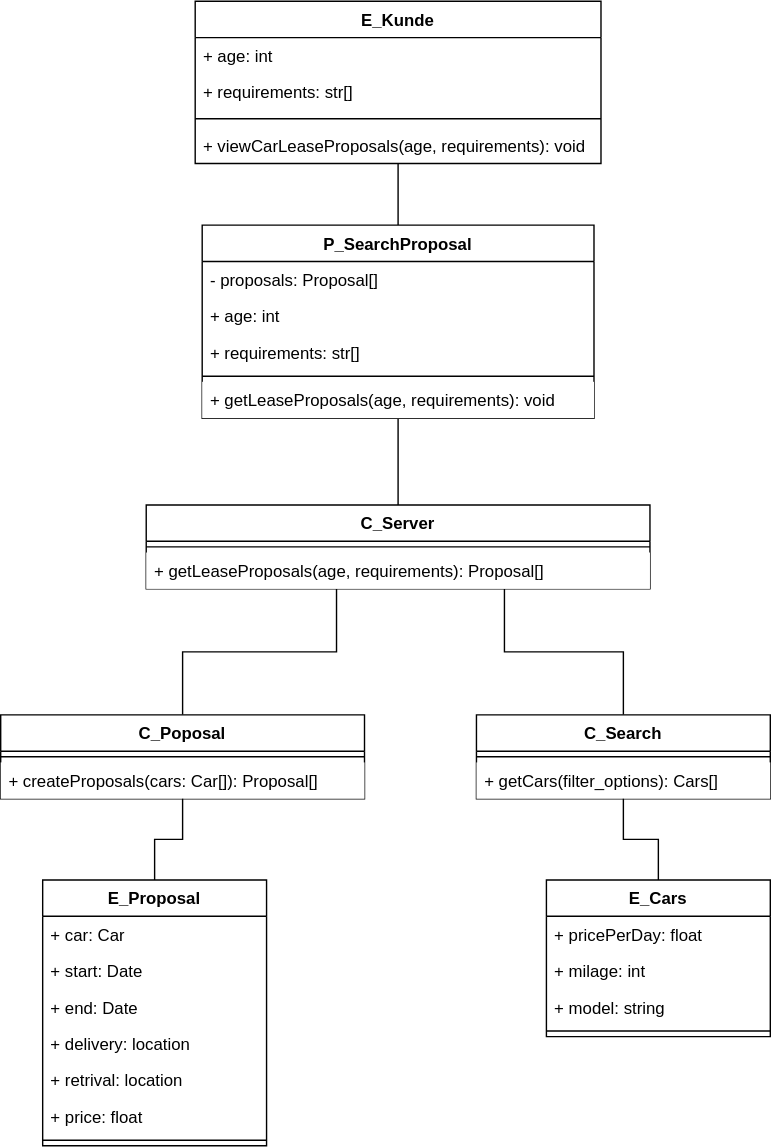
This is sw-eng-06.drawio.svg from MassimiIiano/software-eng-projects-uni, a draw.io export, as it was before one commit. Source tidied: cells renumbered, new cells last; positions are measured from the earlier drawing's top-left corner, leaving out a move shared by most shapes.
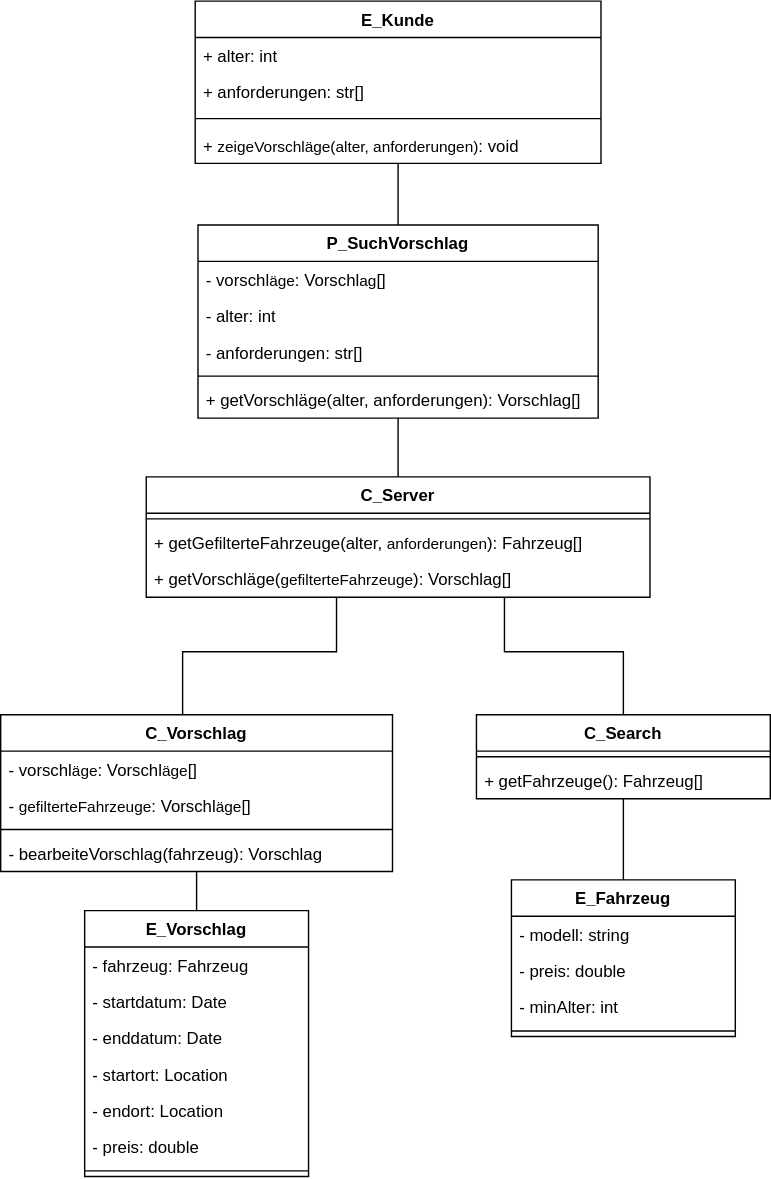
Later version of the same file.

Change to the diagram source:
```diff
@@ -8,39 +8,39 @@
     <mxCell id="3" value="E_Kunde" style="swimlane;fontStyle=1;align=center;verticalAlign=top;horizontal=1;startSize=26;whiteSpace=wrap;html=1;" parent="1" vertex="1">
       <mxGeometry x="139" width="290" height="116" as="geometry" />
     </mxCell>
-    <mxCell id="4" value="&lt;div&gt;+ age: int&lt;/div&gt;" style="text;strokeColor=none;fillColor=none;align=left;verticalAlign=top;spacingLeft=4;spacingRight=4;overflow=hidden;whiteSpace=wrap;html=1;" parent="3" vertex="1">
+    <mxCell id="4" value="&lt;div&gt;+ alter: int&lt;/div&gt;" style="text;strokeColor=none;fillColor=none;align=left;verticalAlign=top;spacingLeft=4;spacingRight=4;overflow=hidden;whiteSpace=wrap;html=1;" parent="3" vertex="1">
       <mxGeometry y="26" width="290" height="26" as="geometry" />
     </mxCell>
-    <mxCell id="5" value="&lt;div&gt;+ requirements: str[]&lt;br&gt;&lt;/div&gt;" style="text;strokeColor=none;fillColor=none;align=left;verticalAlign=top;spacingLeft=4;spacingRight=4;overflow=hidden;whiteSpace=wrap;html=1;" parent="3" vertex="1">
+    <mxCell id="5" value="&lt;div&gt;+ anforderungen: str[]&lt;br&gt;&lt;/div&gt;" style="text;strokeColor=none;fillColor=none;align=left;verticalAlign=top;spacingLeft=4;spacingRight=4;overflow=hidden;whiteSpace=wrap;html=1;" parent="3" vertex="1">
       <mxGeometry y="52" width="290" height="26" as="geometry" />
     </mxCell>
     <mxCell id="6" style="line;strokeWidth=1;fillColor=none;align=left;verticalAlign=middle;spacingTop=-1;spacingLeft=3;spacingRight=3;labelPosition=right;strokeColor=inherit;" parent="3" vertex="1">
       <mxGeometry y="78" width="290" height="12" as="geometry" />
     </mxCell>
-    <mxCell id="7" value="+ viewCarLeaseProposals(age, requirements): void" style="text;strokeColor=none;fillColor=none;align=left;verticalAlign=top;spacingLeft=4;spacingRight=4;overflow=hidden;whiteSpace=wrap;html=1;" parent="3" vertex="1">
+    <mxCell id="7" value="+&amp;nbsp;&lt;span style=&quot;text-wrap-mode: nowrap; font-size: 11px; text-align: center; background-color: rgb(255, 255, 255);&quot;&gt;zeigeVorschläge(alter, anforderungen)&lt;/span&gt;: void" style="text;strokeColor=none;fillColor=none;align=left;verticalAlign=top;spacingLeft=4;spacingRight=4;overflow=hidden;whiteSpace=wrap;html=1;" parent="3" vertex="1">
       <mxGeometry y="90" width="290" height="26" as="geometry" />
     </mxCell>
     <mxCell id="8" style="edgeStyle=orthogonalEdgeStyle;rounded=0;jettySize=auto;html=1;endArrow=none;endFill=0;" parent="1" edge="1" source="9" target="17">
       <mxGeometry relative="1" as="geometry" />
     </mxCell>
-    <mxCell id="9" value="P_SearchProposal" style="swimlane;fontStyle=1;align=center;verticalAlign=top;horizontal=1;startSize=26;whiteSpace=wrap;html=1;" parent="1" vertex="1">
-      <mxGeometry x="144" y="160" width="280" height="138" as="geometry" />
+    <mxCell id="9" value="P_SuchVorschlag" style="swimlane;fontStyle=1;align=center;verticalAlign=top;horizontal=1;startSize=26;whiteSpace=wrap;html=1;" parent="1" vertex="1">
+      <mxGeometry x="141" y="160" width="286" height="138" as="geometry" />
     </mxCell>
-    <mxCell id="10" value="- proposals: Proposal[]" style="text;strokeColor=none;fillColor=none;align=left;verticalAlign=top;spacingLeft=4;spacingRight=4;overflow=hidden;whiteSpace=wrap;html=1;" parent="9" vertex="1">
-      <mxGeometry y="26" width="280" height="26" as="geometry" />
+    <mxCell id="10" value="&lt;div style=&quot;text-align: center;&quot;&gt;&lt;span style=&quot;background-color: initial;&quot;&gt;- vorschl&lt;/span&gt;&lt;span style=&quot;text-wrap-mode: nowrap; font-size: 11px; text-align: center; background-color: rgb(255, 255, 255);&quot;&gt;äge&lt;/span&gt;&lt;span style=&quot;background-color: initial;&quot;&gt;: Vorschl&lt;/span&gt;&lt;span style=&quot;font-size: 11px; text-wrap-mode: nowrap; background-color: rgb(255, 255, 255);&quot;&gt;ag&lt;/span&gt;&lt;span style=&quot;background-color: initial;&quot;&gt;[]&lt;/span&gt;&lt;/div&gt;" style="text;strokeColor=none;fillColor=none;align=left;verticalAlign=top;spacingLeft=4;spacingRight=4;overflow=hidden;whiteSpace=wrap;html=1;" parent="9" vertex="1">
+      <mxGeometry y="26" width="286" height="26" as="geometry" />
     </mxCell>
-    <mxCell id="11" value="+ age: int" style="text;strokeColor=none;fillColor=none;align=left;verticalAlign=top;spacingLeft=4;spacingRight=4;overflow=hidden;whiteSpace=wrap;html=1;" parent="9" vertex="1">
-      <mxGeometry y="52" width="280" height="26" as="geometry" />
+    <mxCell id="11" value="- alter: int" style="text;strokeColor=none;fillColor=none;align=left;verticalAlign=top;spacingLeft=4;spacingRight=4;overflow=hidden;whiteSpace=wrap;html=1;" parent="9" vertex="1">
+      <mxGeometry y="52" width="286" height="26" as="geometry" />
     </mxCell>
-    <mxCell id="12" value="+ requirements: str[]" style="text;strokeColor=none;fillColor=none;align=left;verticalAlign=top;spacingLeft=4;spacingRight=4;overflow=hidden;whiteSpace=wrap;html=1;" parent="9" vertex="1">
-      <mxGeometry y="78" width="280" height="26" as="geometry" />
+    <mxCell id="12" value="- anforderungen: str[]" style="text;strokeColor=none;fillColor=none;align=left;verticalAlign=top;spacingLeft=4;spacingRight=4;overflow=hidden;whiteSpace=wrap;html=1;" parent="9" vertex="1">
+      <mxGeometry y="78" width="286" height="26" as="geometry" />
     </mxCell>
     <mxCell id="13" style="line;strokeWidth=1;fillColor=none;align=left;verticalAlign=middle;spacingTop=-1;spacingLeft=3;spacingRight=3;labelPosition=right;strokeColor=inherit;" parent="9" vertex="1">
-      <mxGeometry y="104" width="280" height="8" as="geometry" />
+      <mxGeometry y="104" width="286" height="8" as="geometry" />
     </mxCell>
-    <mxCell id="14" value="+ getLeaseProposals(age, requirements): void" style="text;strokeColor=none;fillColor=default;align=left;verticalAlign=top;spacingLeft=4;spacingRight=4;overflow=hidden;whiteSpace=wrap;html=1;" parent="9" vertex="1">
-      <mxGeometry y="112" width="280" height="26" as="geometry" />
-    </mxCell>
+    <mxCell id="41" value="+ getVorschläge(alter, anforderungen): Vorschlag[]" style="text;strokeColor=none;fillColor=none;align=left;verticalAlign=top;spacingLeft=4;spacingRight=4;overflow=hidden;whiteSpace=wrap;html=1;" parent="9" vertex="1">
+      <mxGeometry y="112" width="286" height="26" as="geometry" />
+    </mxCell>
     <mxCell id="15" style="edgeStyle=orthogonalEdgeStyle;rounded=0;jettySize=auto;html=1;endArrow=none;endFill=0;" parent="1" edge="1" source="17" target="23">
       <mxGeometry relative="1" as="geometry">
         <Array as="points">
@@ -58,45 +58,54 @@
       </mxGeometry>
     </mxCell>
     <mxCell id="17" value="C_Server" style="swimlane;fontStyle=1;align=center;verticalAlign=top;horizontal=1;startSize=26;whiteSpace=wrap;html=1;fillColor=default;" parent="1" vertex="1">
-      <mxGeometry x="104" y="360" width="360" height="60" as="geometry" />
+      <mxGeometry x="104" y="340" width="360" height="86" as="geometry" />
     </mxCell>
     <mxCell id="18" style="line;strokeWidth=1;fillColor=default;align=left;verticalAlign=middle;spacingTop=-1;spacingLeft=3;spacingRight=3;labelPosition=right;strokeColor=inherit;" parent="17" vertex="1">
       <mxGeometry y="26" width="360" height="8" as="geometry" />
     </mxCell>
-    <mxCell id="19" value="+ getLeaseProposals(age, requirements): Proposal[]" style="text;strokeColor=none;fillColor=default;align=left;verticalAlign=top;spacingLeft=4;spacingRight=4;overflow=hidden;whiteSpace=wrap;html=1;" parent="17" vertex="1">
-      <mxGeometry y="34" width="360" height="26" as="geometry" />
-    </mxCell>
+    <mxCell id="42" value="+&amp;nbsp;&lt;span style=&quot;text-align: center;&quot;&gt;getGefilterteFahrzeuge(alter,&amp;nbsp;&lt;/span&gt;&lt;span style=&quot;text-align: center; text-wrap-mode: nowrap; font-size: 11px; background-color: rgb(255, 255, 255);&quot;&gt;anforderungen&lt;/span&gt;&lt;span style=&quot;text-align: center;&quot;&gt;):&lt;/span&gt;&amp;nbsp;Fahrzeug[]" style="text;strokeColor=none;fillColor=none;align=left;verticalAlign=top;spacingLeft=4;spacingRight=4;overflow=hidden;whiteSpace=wrap;html=1;" parent="17" vertex="1">
+      <mxGeometry y="34" width="360" height="26" as="geometry" />
+    </mxCell>
+    <mxCell id="43" value="+ getVorschläge(&lt;span style=&quot;font-size: 11px; text-align: center; text-wrap-mode: nowrap;&quot;&gt;gefilterteFahrzeuge&lt;/span&gt;): Vorschlag[]" style="text;strokeColor=none;fillColor=none;align=left;verticalAlign=top;spacingLeft=4;spacingRight=4;overflow=hidden;whiteSpace=wrap;html=1;" parent="17" vertex="1">
+      <mxGeometry y="60" width="360" height="26" as="geometry" />
+    </mxCell>
-    <mxCell id="20" value="C_Poposal" style="swimlane;fontStyle=1;align=center;verticalAlign=top;horizontal=1;startSize=26;whiteSpace=wrap;html=1;fillColor=default;" parent="1" vertex="1">
-      <mxGeometry y="510" width="260" height="60" as="geometry" />
+    <mxCell id="20" value="C_Vorschlag" style="swimlane;fontStyle=1;align=center;verticalAlign=top;horizontal=1;startSize=26;whiteSpace=wrap;html=1;fillColor=default;" parent="1" vertex="1">
+      <mxGeometry y="510" width="280" height="112" as="geometry" />
     </mxCell>
+    <mxCell id="44" value="- vorschl&lt;span style=&quot;text-wrap-mode: nowrap; font-size: 11px; text-align: center; background-color: rgb(255, 255, 255);&quot;&gt;äge&lt;/span&gt;: Vorschl&lt;span style=&quot;text-wrap-mode: nowrap; font-size: 11px; text-align: center; background-color: rgb(255, 255, 255);&quot;&gt;äge&lt;/span&gt;[]" style="text;strokeColor=none;fillColor=none;align=left;verticalAlign=top;spacingLeft=4;spacingRight=4;overflow=hidden;whiteSpace=wrap;html=1;" parent="20" vertex="1">
+      <mxGeometry y="26" width="280" height="26" as="geometry" />
+    </mxCell>
+    <mxCell id="45" value="-&amp;nbsp;&lt;span style=&quot;font-size: 11px; text-align: center; text-wrap-mode: nowrap;&quot;&gt;gefilterteFahrzeuge&lt;/span&gt;: Vorschl&lt;span style=&quot;text-wrap-mode: nowrap; font-size: 11px; text-align: center; background-color: rgb(255, 255, 255);&quot;&gt;äge&lt;/span&gt;[]" style="text;strokeColor=none;fillColor=none;align=left;verticalAlign=top;spacingLeft=4;spacingRight=4;overflow=hidden;whiteSpace=wrap;html=1;" parent="20" vertex="1">
+      <mxGeometry y="52" width="280" height="26" as="geometry" />
+    </mxCell>
     <mxCell id="21" style="line;strokeWidth=1;fillColor=default;align=left;verticalAlign=middle;spacingTop=-1;spacingLeft=3;spacingRight=3;labelPosition=right;strokeColor=inherit;" parent="20" vertex="1">
-      <mxGeometry y="26" width="260" height="8" as="geometry" />
+      <mxGeometry y="78" width="280" height="8" as="geometry" />
     </mxCell>
-    <mxCell id="22" value="+ createProposals(cars: Car[]): Proposal[]" style="text;strokeColor=none;fillColor=default;align=left;verticalAlign=top;spacingLeft=4;spacingRight=4;overflow=hidden;whiteSpace=wrap;html=1;" parent="20" vertex="1">
-      <mxGeometry y="34" width="260" height="26" as="geometry" />
-    </mxCell>
+    <mxCell id="46" value="- bearbeiteVorschlag(fahrzeug): Vorschlag" style="text;strokeColor=none;fillColor=none;align=left;verticalAlign=top;spacingLeft=4;spacingRight=4;overflow=hidden;whiteSpace=wrap;html=1;" parent="20" vertex="1">
+      <mxGeometry y="86" width="280" height="26" as="geometry" />
+    </mxCell>
     <mxCell id="23" value="C_Search" style="swimlane;fontStyle=1;align=center;verticalAlign=top;horizontal=1;startSize=26;whiteSpace=wrap;html=1;fillColor=default;" parent="1" vertex="1">
       <mxGeometry x="340" y="510" width="210" height="60" as="geometry" />
     </mxCell>
     <mxCell id="24" style="line;strokeWidth=1;fillColor=default;align=left;verticalAlign=middle;spacingTop=-1;spacingLeft=3;spacingRight=3;labelPosition=right;strokeColor=inherit;" parent="23" vertex="1">
       <mxGeometry y="26" width="210" height="8" as="geometry" />
     </mxCell>
-    <mxCell id="25" value="+ getCars(filter_options): Cars[]" style="text;strokeColor=none;fillColor=default;align=left;verticalAlign=top;spacingLeft=4;spacingRight=4;overflow=hidden;whiteSpace=wrap;html=1;" parent="23" vertex="1">
-      <mxGeometry y="34" width="210" height="26" as="geometry" />
-    </mxCell>
+    <mxCell id="47" value="+&amp;nbsp;&lt;span style=&quot;text-align: center;&quot;&gt;getFahrzeuge(&lt;/span&gt;&lt;span style=&quot;text-align: center;&quot;&gt;):&lt;/span&gt;&amp;nbsp;Fahrzeug[]" style="text;strokeColor=none;fillColor=none;align=left;verticalAlign=top;spacingLeft=4;spacingRight=4;overflow=hidden;whiteSpace=wrap;html=1;" parent="23" vertex="1">
+      <mxGeometry y="34" width="210" height="26" as="geometry" />
+    </mxCell>
     <mxCell id="26" style="edgeStyle=orthogonalEdgeStyle;shape=connector;rounded=0;jettySize=auto;html=1;strokeColor=default;align=center;verticalAlign=middle;fontFamily=Helvetica;fontSize=11;fontColor=default;labelBackgroundColor=default;endArrow=none;endFill=0;" parent="1" edge="1" source="27" target="23">
       <mxGeometry relative="1" as="geometry" />
     </mxCell>
-    <mxCell id="27" value="E_Cars" style="swimlane;fontStyle=1;align=center;verticalAlign=top;horizontal=1;startSize=26;whiteSpace=wrap;html=1;" parent="1" vertex="1">
-      <mxGeometry x="390" y="628" width="160" height="112" as="geometry" />
+    <mxCell id="27" value="E_Fahrzeug" style="swimlane;fontStyle=1;align=center;verticalAlign=top;horizontal=1;startSize=26;whiteSpace=wrap;html=1;" parent="1" vertex="1">
+      <mxGeometry x="365" y="628" width="160" height="112" as="geometry" />
     </mxCell>
-    <mxCell id="28" value="+ pricePerDay: float" style="text;strokeColor=none;fillColor=none;align=left;verticalAlign=top;spacingLeft=4;spacingRight=4;overflow=hidden;whiteSpace=wrap;html=1;" parent="27" vertex="1">
+    <mxCell id="28" value="- modell: string" style="text;strokeColor=none;fillColor=none;align=left;verticalAlign=top;spacingLeft=4;spacingRight=4;overflow=hidden;whiteSpace=wrap;html=1;" parent="27" vertex="1">
       <mxGeometry y="26" width="160" height="26" as="geometry" />
     </mxCell>
-    <mxCell id="29" value="+ milage: int" style="text;strokeColor=none;fillColor=none;align=left;verticalAlign=top;spacingLeft=4;spacingRight=4;overflow=hidden;whiteSpace=wrap;html=1;" parent="27" vertex="1">
+    <mxCell id="29" value="- preis: double" style="text;strokeColor=none;fillColor=none;align=left;verticalAlign=top;spacingLeft=4;spacingRight=4;overflow=hidden;whiteSpace=wrap;html=1;" parent="27" vertex="1">
       <mxGeometry y="52" width="160" height="26" as="geometry" />
     </mxCell>
-    <mxCell id="30" value="+ model: string" style="text;strokeColor=none;fillColor=none;align=left;verticalAlign=top;spacingLeft=4;spacingRight=4;overflow=hidden;whiteSpace=wrap;html=1;" parent="27" vertex="1">
+    <mxCell id="30" value="- minAlter: int" style="text;strokeColor=none;fillColor=none;align=left;verticalAlign=top;spacingLeft=4;spacingRight=4;overflow=hidden;whiteSpace=wrap;html=1;" parent="27" vertex="1">
       <mxGeometry y="78" width="160" height="26" as="geometry" />
     </mxCell>
     <mxCell id="31" style="line;strokeWidth=1;fillColor=none;align=left;verticalAlign=middle;spacingTop=-1;spacingLeft=3;spacingRight=3;labelPosition=right;strokeColor=inherit;" parent="27" vertex="1">
@@ -105,25 +114,25 @@
     <mxCell id="32" style="edgeStyle=orthogonalEdgeStyle;shape=connector;rounded=0;jettySize=auto;html=1;strokeColor=default;align=center;verticalAlign=middle;fontFamily=Helvetica;fontSize=11;fontColor=default;labelBackgroundColor=default;endArrow=none;endFill=0;" parent="1" edge="1" source="33" target="20">
       <mxGeometry relative="1" as="geometry" />
     </mxCell>
-    <mxCell id="33" value="E_Proposal" style="swimlane;fontStyle=1;align=center;verticalAlign=top;horizontal=1;startSize=26;whiteSpace=wrap;html=1;" parent="1" vertex="1">
-      <mxGeometry x="30" y="628" width="160" height="190" as="geometry" />
+    <mxCell id="33" value="E_Vorschlag" style="swimlane;fontStyle=1;align=center;verticalAlign=top;horizontal=1;startSize=26;whiteSpace=wrap;html=1;" parent="1" vertex="1">
+      <mxGeometry x="60" y="650" width="160" height="190" as="geometry" />
     </mxCell>
-    <mxCell id="34" value="+ car: Car" style="text;strokeColor=none;fillColor=none;align=left;verticalAlign=top;spacingLeft=4;spacingRight=4;overflow=hidden;whiteSpace=wrap;html=1;" parent="33" vertex="1">
+    <mxCell id="34" value="- fahrzeug: Fahrzeug" style="text;strokeColor=none;fillColor=none;align=left;verticalAlign=top;spacingLeft=4;spacingRight=4;overflow=hidden;whiteSpace=wrap;html=1;" parent="33" vertex="1">
       <mxGeometry y="26" width="160" height="26" as="geometry" />
     </mxCell>
-    <mxCell id="35" value="+ start: Date" style="text;strokeColor=none;fillColor=none;align=left;verticalAlign=top;spacingLeft=4;spacingRight=4;overflow=hidden;whiteSpace=wrap;html=1;" parent="33" vertex="1">
+    <mxCell id="35" value="- startdatum: Date" style="text;strokeColor=none;fillColor=none;align=left;verticalAlign=top;spacingLeft=4;spacingRight=4;overflow=hidden;whiteSpace=wrap;html=1;" parent="33" vertex="1">
       <mxGeometry y="52" width="160" height="26" as="geometry" />
     </mxCell>
-    <mxCell id="36" value="+ end: Date" style="text;strokeColor=none;fillColor=none;align=left;verticalAlign=top;spacingLeft=4;spacingRight=4;overflow=hidden;whiteSpace=wrap;html=1;" parent="33" vertex="1">
+    <mxCell id="36" value="- enddatum: Date" style="text;strokeColor=none;fillColor=none;align=left;verticalAlign=top;spacingLeft=4;spacingRight=4;overflow=hidden;whiteSpace=wrap;html=1;" parent="33" vertex="1">
       <mxGeometry y="78" width="160" height="26" as="geometry" />
     </mxCell>
-    <mxCell id="37" value="+ delivery: location" style="text;strokeColor=none;fillColor=none;align=left;verticalAlign=top;spacingLeft=4;spacingRight=4;overflow=hidden;whiteSpace=wrap;html=1;" parent="33" vertex="1">
+    <mxCell id="37" value="- startort: Location" style="text;strokeColor=none;fillColor=none;align=left;verticalAlign=top;spacingLeft=4;spacingRight=4;overflow=hidden;whiteSpace=wrap;html=1;" parent="33" vertex="1">
       <mxGeometry y="104" width="160" height="26" as="geometry" />
     </mxCell>
-    <mxCell id="38" value="+ retrival: location" style="text;strokeColor=none;fillColor=none;align=left;verticalAlign=top;spacingLeft=4;spacingRight=4;overflow=hidden;whiteSpace=wrap;html=1;" parent="33" vertex="1">
+    <mxCell id="38" value="- endort: Location" style="text;strokeColor=none;fillColor=none;align=left;verticalAlign=top;spacingLeft=4;spacingRight=4;overflow=hidden;whiteSpace=wrap;html=1;" parent="33" vertex="1">
       <mxGeometry y="130" width="160" height="26" as="geometry" />
     </mxCell>
-    <mxCell id="39" value="+ price: float" style="text;strokeColor=none;fillColor=none;align=left;verticalAlign=top;spacingLeft=4;spacingRight=4;overflow=hidden;whiteSpace=wrap;html=1;" parent="33" vertex="1">
+    <mxCell id="39" value="- preis: double" style="text;strokeColor=none;fillColor=none;align=left;verticalAlign=top;spacingLeft=4;spacingRight=4;overflow=hidden;whiteSpace=wrap;html=1;" parent="33" vertex="1">
       <mxGeometry y="156" width="160" height="26" as="geometry" />
     </mxCell>
     <mxCell id="40" style="line;strokeWidth=1;fillColor=none;align=left;verticalAlign=middle;spacingTop=-1;spacingLeft=3;spacingRight=3;labelPosition=right;strokeColor=inherit;" parent="33" vertex="1">
```
